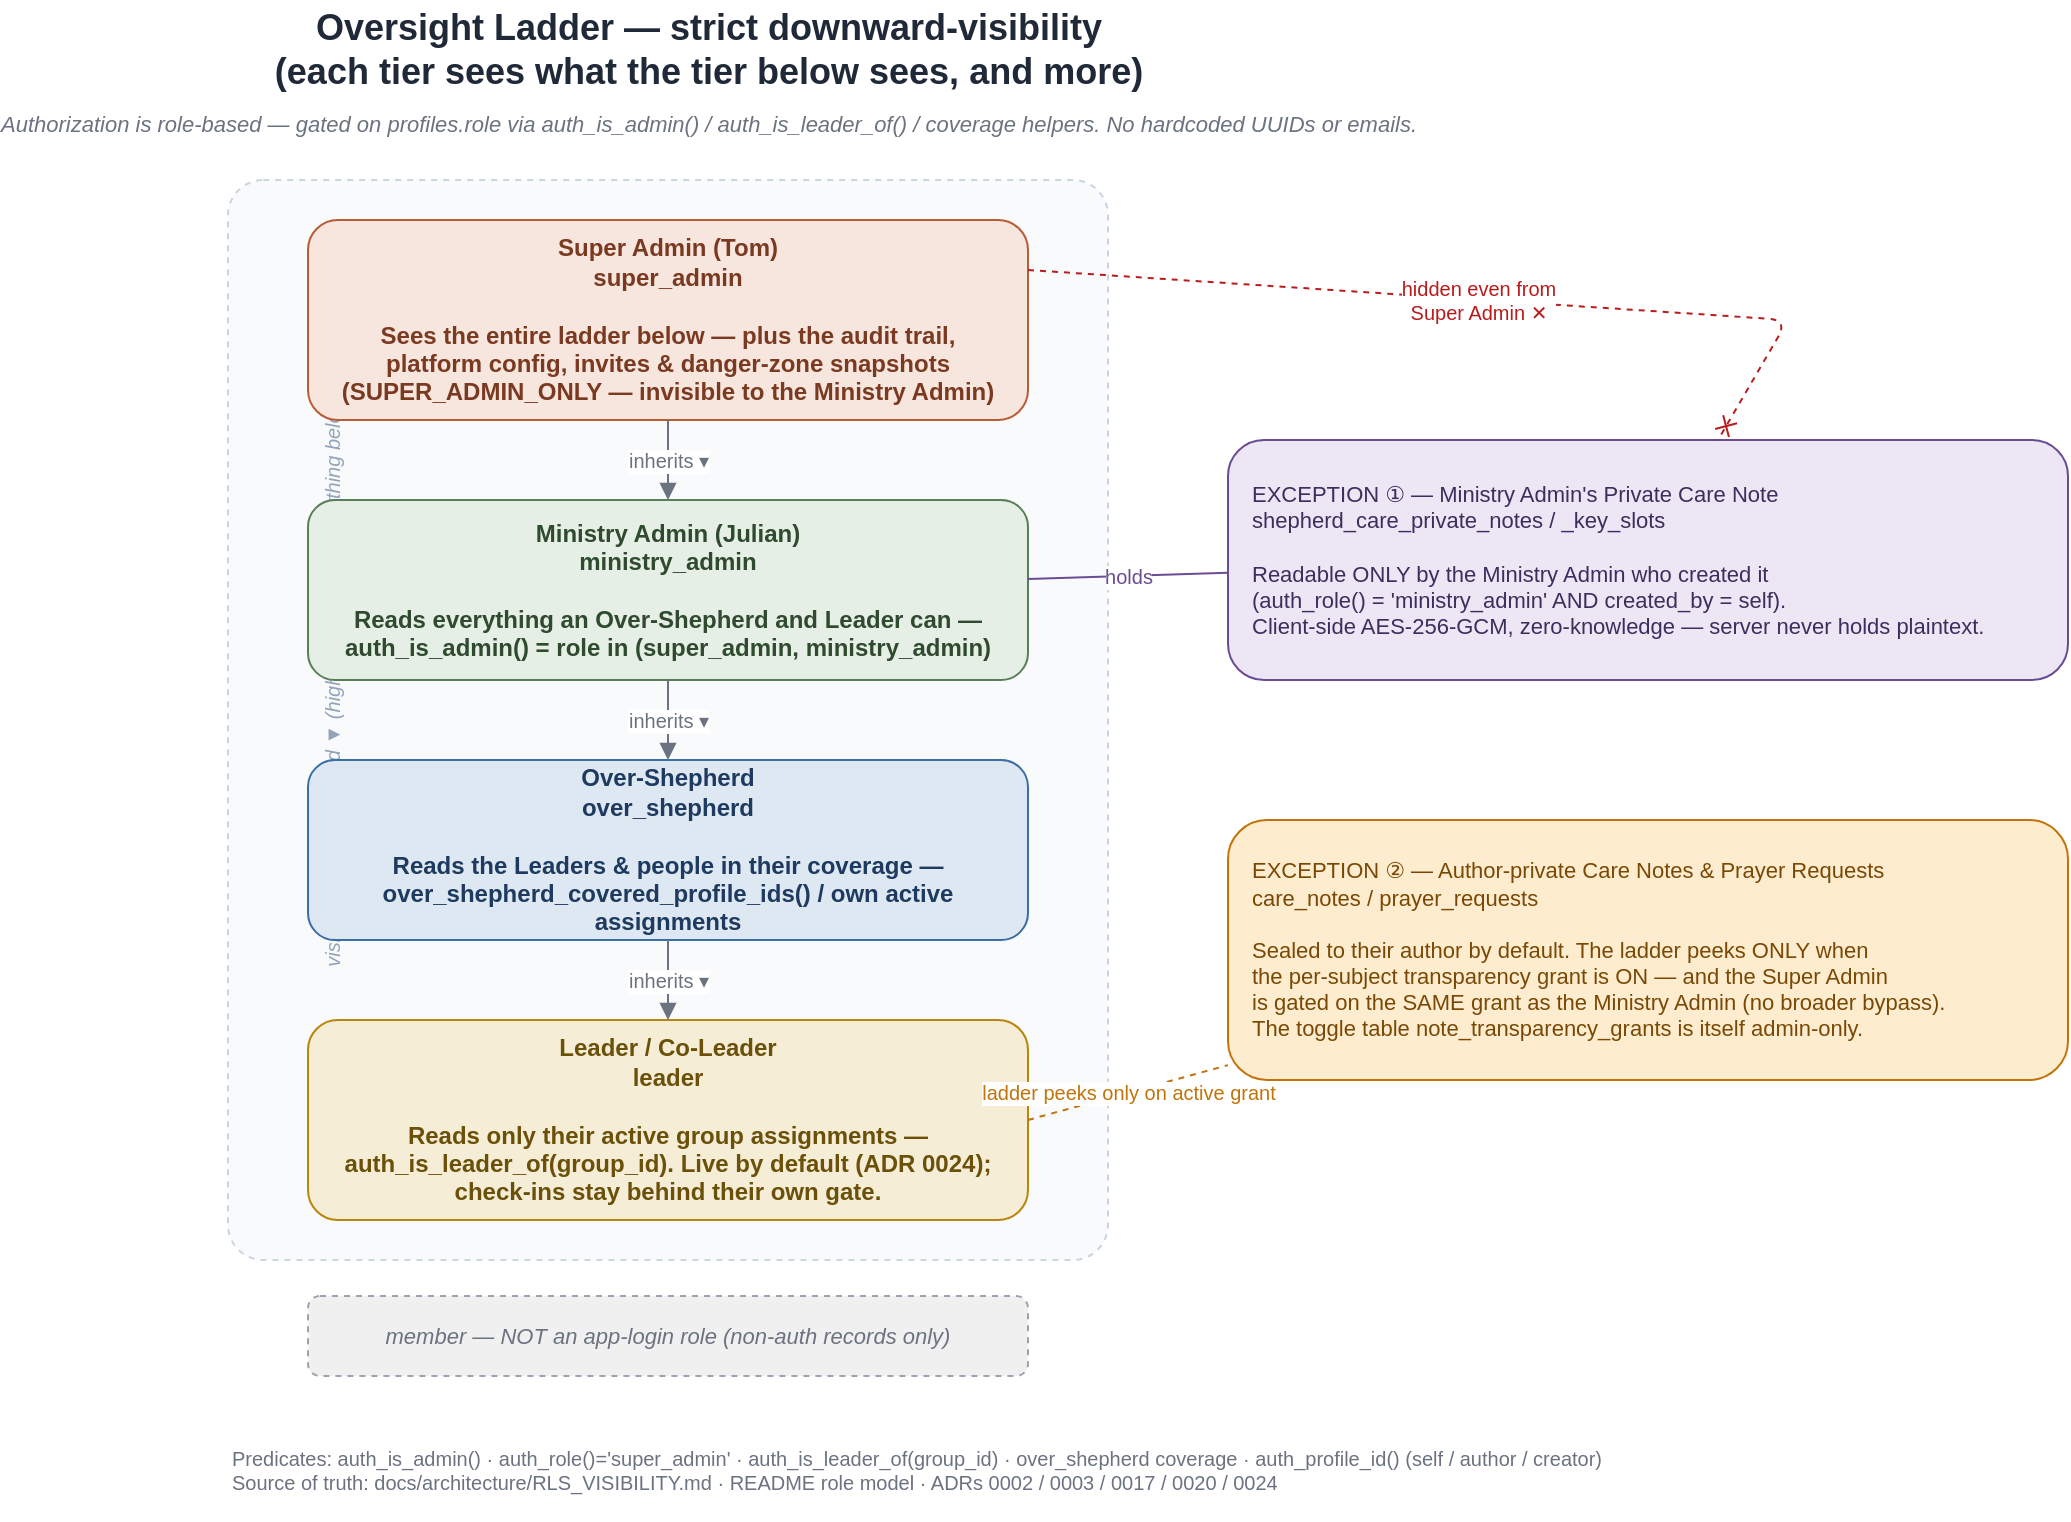
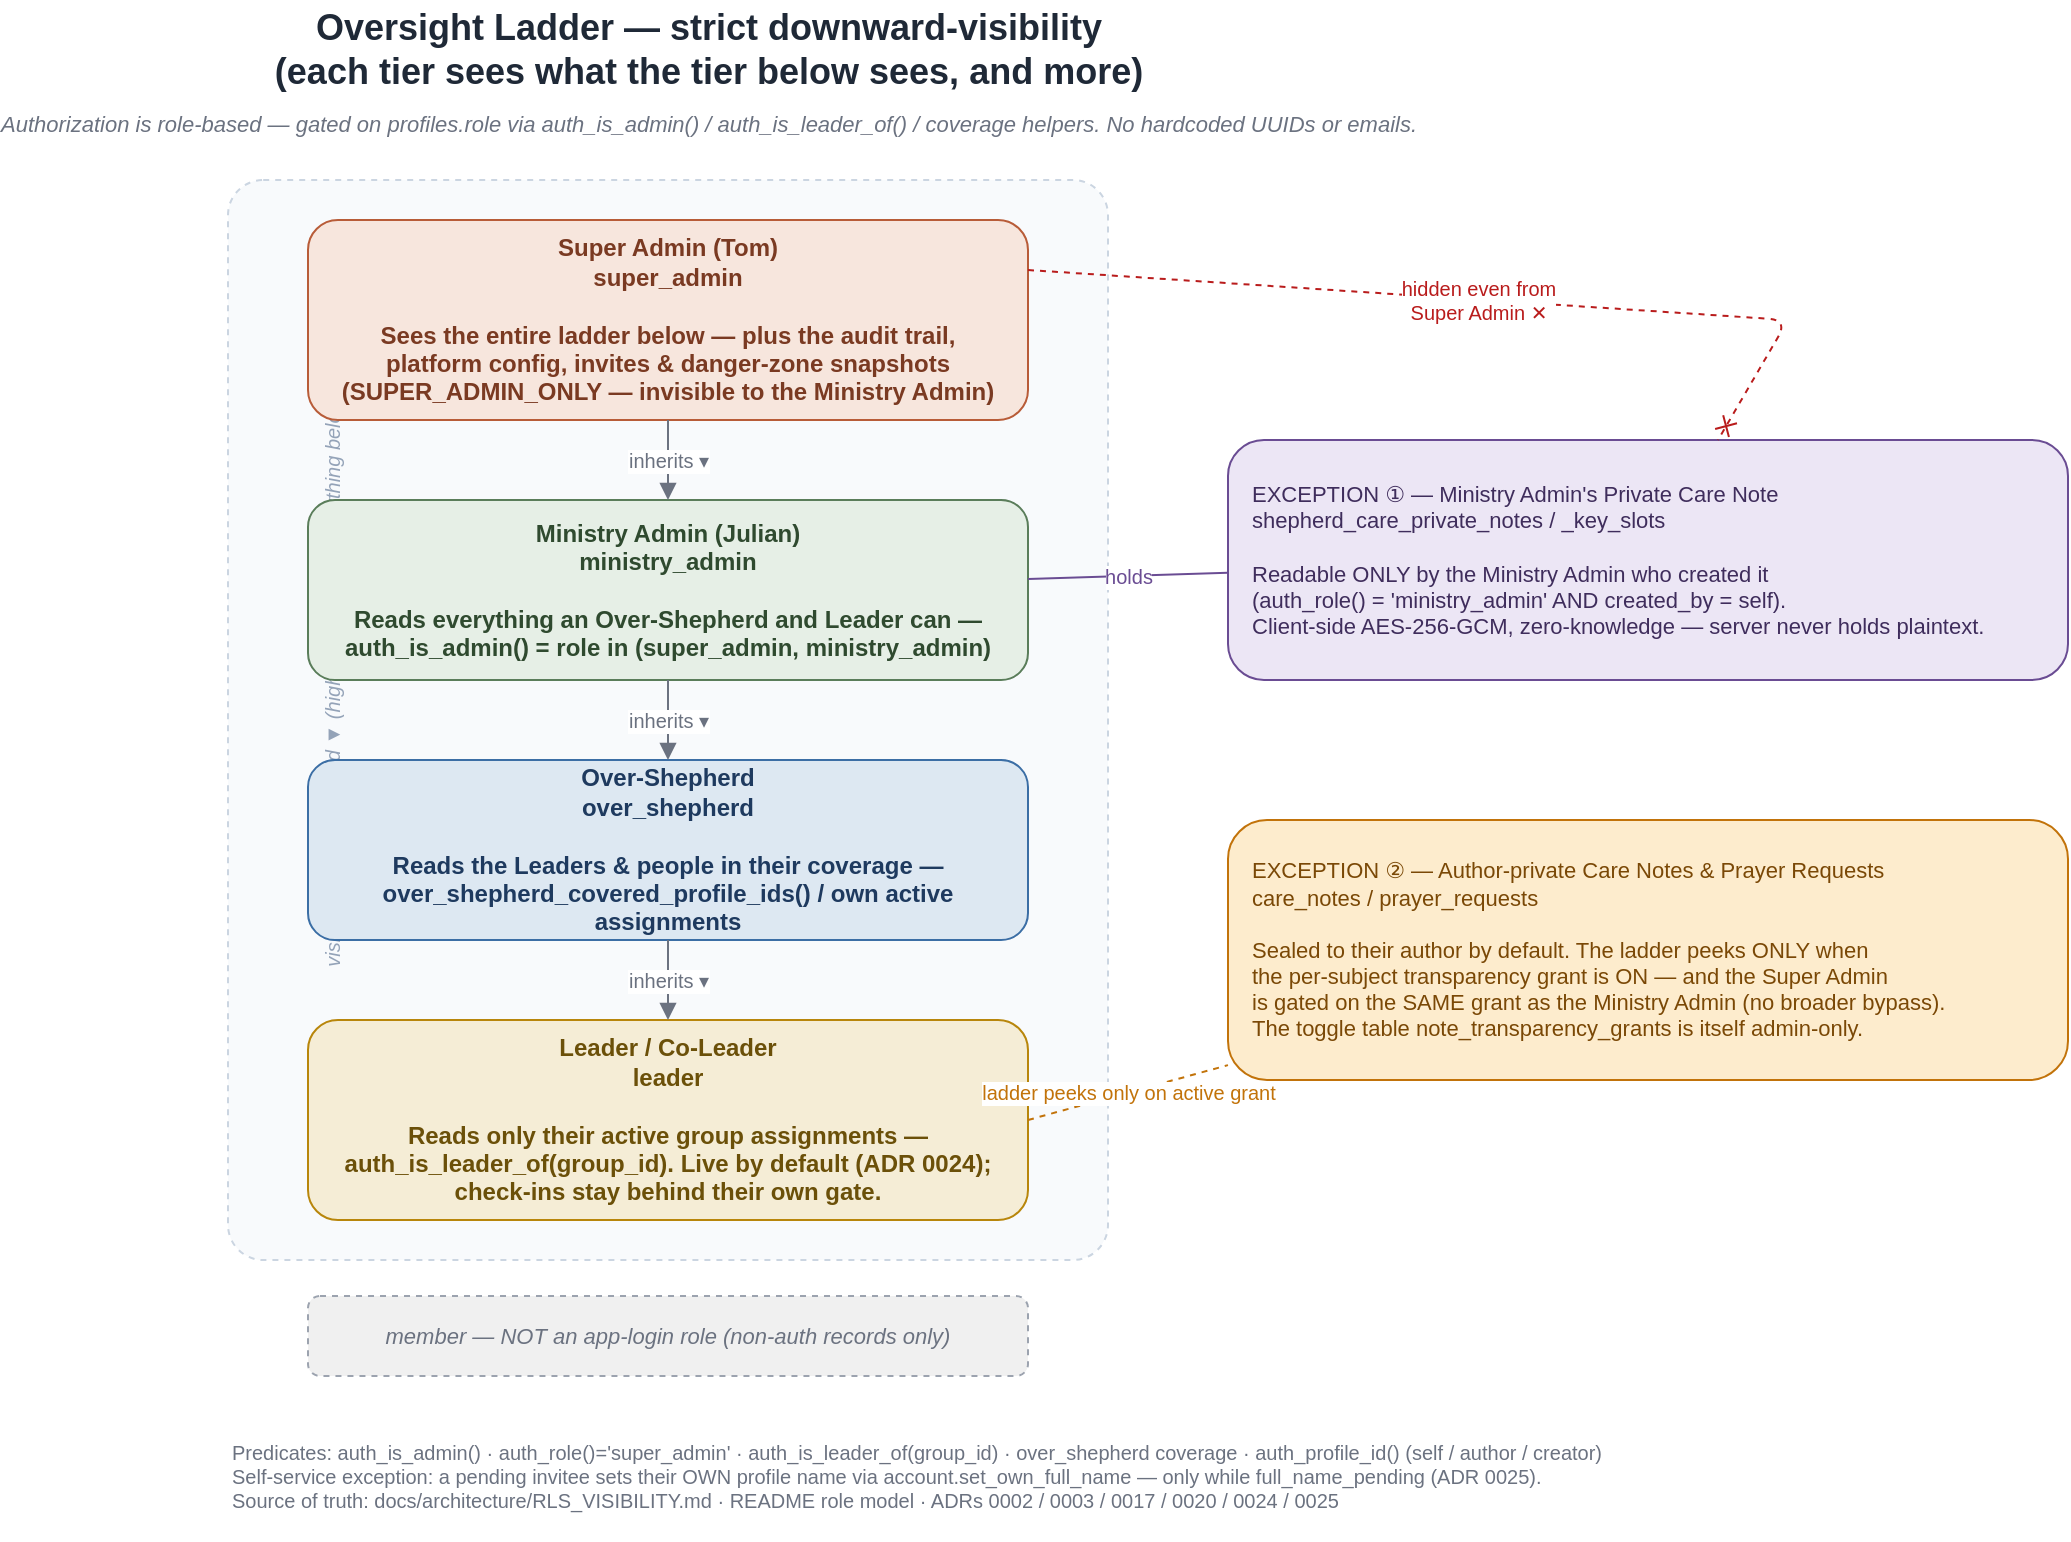
<mxfile host="app.diagrams.net" agent="lifegroups-docs" version="24.7.17" type="device">
  <diagram id="oversight-ladder" name="Oversight Ladder">
    <mxGraphModel dx="1100" dy="780" grid="1" gridSize="10" guides="1" tooltips="1" connect="1" arrows="1" fold="1" page="1" pageScale="1" pageWidth="1100" pageHeight="820" math="0" shadow="0">
      <root>
        <mxCell id="0" />
        <mxCell id="1" parent="0" />

        <!-- Title -->
        <mxCell id="title" value="Oversight Ladder — strict downward-visibility&#10;(each tier sees what the tier below sees, and more)" style="text;html=1;align=center;verticalAlign=middle;fontSize=18;fontStyle=1;fontColor=#1f2937;" vertex="1" parent="1">
          <mxGeometry x="40" y="20" width="640" height="50" as="geometry" />
        </mxCell>
        <mxCell id="subtitle" value="Authorization is role-based — gated on profiles.role via auth_is_admin() / auth_is_leader_of() / coverage helpers. No hardcoded UUIDs or emails." style="text;html=1;align=center;verticalAlign=middle;fontSize=11;fontColor=#6b7280;fontStyle=2;" vertex="1" parent="1">
          <mxGeometry x="40" y="70" width="640" height="24" as="geometry" />
        </mxCell>

        <!-- Downward-visibility envelope -->
        <mxCell id="envelope" value="" style="rounded=1;arcSize=4;fillColor=#f8fafc;strokeColor=#cbd5e1;dashed=1;verticalAlign=top;align=left;spacingTop=8;spacingLeft=10;fontColor=#94a3b8;fontSize=10;" vertex="1" parent="1">
          <mxGeometry x="120" y="110" width="440" height="540" as="geometry" />
        </mxCell>
        <mxCell id="envelope-label" value="visibility flows downward ▼  (higher tiers inherit everything below)" style="text;html=1;align=center;fontSize=10;fontColor=#94a3b8;fontStyle=2;rotation=-90;" vertex="1" parent="1">
          <mxGeometry x="60" y="350" width="220" height="20" as="geometry" />
        </mxCell>

        <!-- Tier 1: Super Admin -->
        <mxCell id="super" value="Super Admin (Tom)&#10;super_admin&#10;&#10;Sees the entire ladder below — plus the audit trail,&#10;platform config, invites &amp; danger-zone snapshots&#10;(SUPER_ADMIN_ONLY — invisible to the Ministry Admin)" style="rounded=1;whiteSpace=wrap;html=1;fillColor=#f7e6dd;strokeColor=#b85c38;fontColor=#7a3a22;fontSize=12;fontStyle=1;align=center;verticalAlign=middle;" vertex="1" parent="1">
          <mxGeometry x="160" y="130" width="360" height="100" as="geometry" />
        </mxCell>

        <!-- Tier 2: Ministry Admin -->
        <mxCell id="ministry" value="Ministry Admin (Julian)&#10;ministry_admin&#10;&#10;Reads everything an Over-Shepherd and Leader can —&#10;auth_is_admin() = role in (super_admin, ministry_admin)" style="rounded=1;whiteSpace=wrap;html=1;fillColor=#e6efe6;strokeColor=#5a7d5a;fontColor=#2f4a2f;fontSize=12;fontStyle=1;align=center;verticalAlign=middle;" vertex="1" parent="1">
          <mxGeometry x="160" y="270" width="360" height="90" as="geometry" />
        </mxCell>

        <!-- Tier 3: Over-Shepherd -->
        <mxCell id="overshepherd" value="Over-Shepherd&#10;over_shepherd&#10;&#10;Reads the Leaders &amp; people in their coverage —&#10;over_shepherd_covered_profile_ids() / own active assignments" style="rounded=1;whiteSpace=wrap;html=1;fillColor=#dde8f2;strokeColor=#3b6ea5;fontColor=#1e3a5f;fontSize=12;fontStyle=1;align=center;verticalAlign=middle;" vertex="1" parent="1">
          <mxGeometry x="160" y="400" width="360" height="90" as="geometry" />
        </mxCell>

        <!-- Tier 4: Leader -->
        <mxCell id="leader" value="Leader / Co-Leader&#10;leader&#10;&#10;Reads only their active group assignments —&#10;auth_is_leader_of(group_id). Live by default (ADR 0024);&#10;check-ins stay behind their own gate." style="rounded=1;whiteSpace=wrap;html=1;fillColor=#f5edd6;strokeColor=#b8860b;fontColor=#6b5009;fontSize=12;fontStyle=1;align=center;verticalAlign=middle;" vertex="1" parent="1">
          <mxGeometry x="160" y="530" width="360" height="100" as="geometry" />
        </mxCell>

        <!-- Non-auth member -->
        <mxCell id="member" value="member — NOT an app-login role (non-auth records only)" style="rounded=1;whiteSpace=wrap;html=1;dashed=1;fillColor=#f0f0f0;strokeColor=#9ca3af;fontColor=#6b7280;fontSize=11;fontStyle=2;align=center;verticalAlign=middle;" vertex="1" parent="1">
          <mxGeometry x="160" y="668" width="360" height="40" as="geometry" />
        </mxCell>

        <!-- Inheritance arrows (downward) -->
        <mxCell id="a1" value="inherits ▾" style="endArrow=block;html=1;strokeColor=#6b7280;fontColor=#6b7280;fontSize=10;endFill=1;" edge="1" parent="1" source="super" target="ministry">
          <mxGeometry relative="1" as="geometry" />
        </mxCell>
        <mxCell id="a2" value="inherits ▾" style="endArrow=block;html=1;strokeColor=#6b7280;fontColor=#6b7280;fontSize=10;endFill=1;" edge="1" parent="1" source="ministry" target="overshepherd">
          <mxGeometry relative="1" as="geometry" />
        </mxCell>
        <mxCell id="a3" value="inherits ▾" style="endArrow=block;html=1;strokeColor=#6b7280;fontColor=#6b7280;fontSize=10;endFill=1;" edge="1" parent="1" source="overshepherd" target="leader">
          <mxGeometry relative="1" as="geometry" />
        </mxCell>

        <!-- Exception 1: Ministry Admin Private Care Note -->
        <mxCell id="ex1" value="EXCEPTION ① — Ministry Admin's Private Care Note&#10;shepherd_care_private_notes / _key_slots&#10;&#10;Readable ONLY by the Ministry Admin who created it&#10;(auth_role() = 'ministry_admin' AND created_by = self).&#10;Client-side AES-256-GCM, zero-knowledge — server never holds plaintext." style="rounded=1;whiteSpace=wrap;html=1;fillColor=#ece6f5;strokeColor=#6a4c93;fontColor=#3f2d5c;fontSize=11;align=left;verticalAlign=middle;spacingLeft=10;" vertex="1" parent="1">
          <mxGeometry x="620" y="240" width="420" height="120" as="geometry" />
        </mxCell>
        <mxCell id="ex1-link" value="holds" style="endArrow=none;html=1;strokeColor=#6a4c93;fontColor=#6a4c93;fontSize=10;" edge="1" parent="1" source="ministry" target="ex1">
          <mxGeometry relative="1" as="geometry" />
        </mxCell>
        <!-- Super Admin blocked from Private Care Note -->
        <mxCell id="ex1-block" value="hidden even from&#10;Super Admin ✕" style="endArrow=cross;startArrow=none;html=1;strokeColor=#b91c1c;fontColor=#b91c1c;fontSize=10;dashed=1;exitX=1;exitY=0.25;exitDx=0;exitDy=0;" edge="1" parent="1" source="super" target="ex1">
          <mxGeometry relative="1" as="geometry">
            <Array as="points">
              <mxPoint x="900" y="180" />
            </Array>
          </mxGeometry>
        </mxCell>

        <!-- Exception 2: Author-private Care Notes -->
        <mxCell id="ex2" value="EXCEPTION ② — Author-private Care Notes &amp; Prayer Requests&#10;care_notes / prayer_requests&#10;&#10;Sealed to their author by default. The ladder peeks ONLY when&#10;the per-subject transparency grant is ON — and the Super Admin&#10;is gated on the SAME grant as the Ministry Admin (no broader bypass).&#10;The toggle table note_transparency_grants is itself admin-only." style="rounded=1;whiteSpace=wrap;html=1;fillColor=#fdeccd;strokeColor=#c2730a;fontColor=#7a4806;fontSize=11;align=left;verticalAlign=middle;spacingLeft=10;" vertex="1" parent="1">
          <mxGeometry x="620" y="430" width="420" height="130" as="geometry" />
        </mxCell>
        <mxCell id="ex2-link" value="ladder peeks only on active grant" style="endArrow=none;html=1;strokeColor=#c2730a;fontColor=#c2730a;fontSize=10;dashed=1;exitX=1;exitY=0.5;exitDx=0;exitDy=0;" edge="1" parent="1" source="leader" target="ex2">
          <mxGeometry relative="1" as="geometry" />
        </mxCell>

        <!-- Legend -->
-         <mxCell id="legend" value="Predicates: auth_is_admin() · auth_role()='super_admin' · auth_is_leader_of(group_id) · over_shepherd coverage · auth_profile_id() (self / author / creator)&#10;Source of truth: docs/architecture/RLS_VISIBILITY.md · README role model · ADRs 0002 / 0003 / 0017 / 0020 / 0024" style="text;html=1;align=left;verticalAlign=middle;fontSize=10;fontColor=#6b7280;" vertex="1" parent="1">
-           <mxGeometry x="120" y="730" width="920" height="50" as="geometry" />
+         <mxCell id="legend" value="Predicates: auth_is_admin() · auth_role()='super_admin' · auth_is_leader_of(group_id) · over_shepherd coverage · auth_profile_id() (self / author / creator)&#10;Self-service exception: a pending invitee sets their OWN profile name via account.set_own_full_name — only while full_name_pending (ADR 0025).&#10;Source of truth: docs/architecture/RLS_VISIBILITY.md · README role model · ADRs 0002 / 0003 / 0017 / 0020 / 0024 / 0025" style="text;html=1;align=left;verticalAlign=middle;fontSize=10;fontColor=#6b7280;" vertex="1" parent="1">
+           <mxGeometry x="120" y="726" width="920" height="64" as="geometry" />
        </mxCell>
      </root>
    </mxGraphModel>
  </diagram>
</mxfile>
